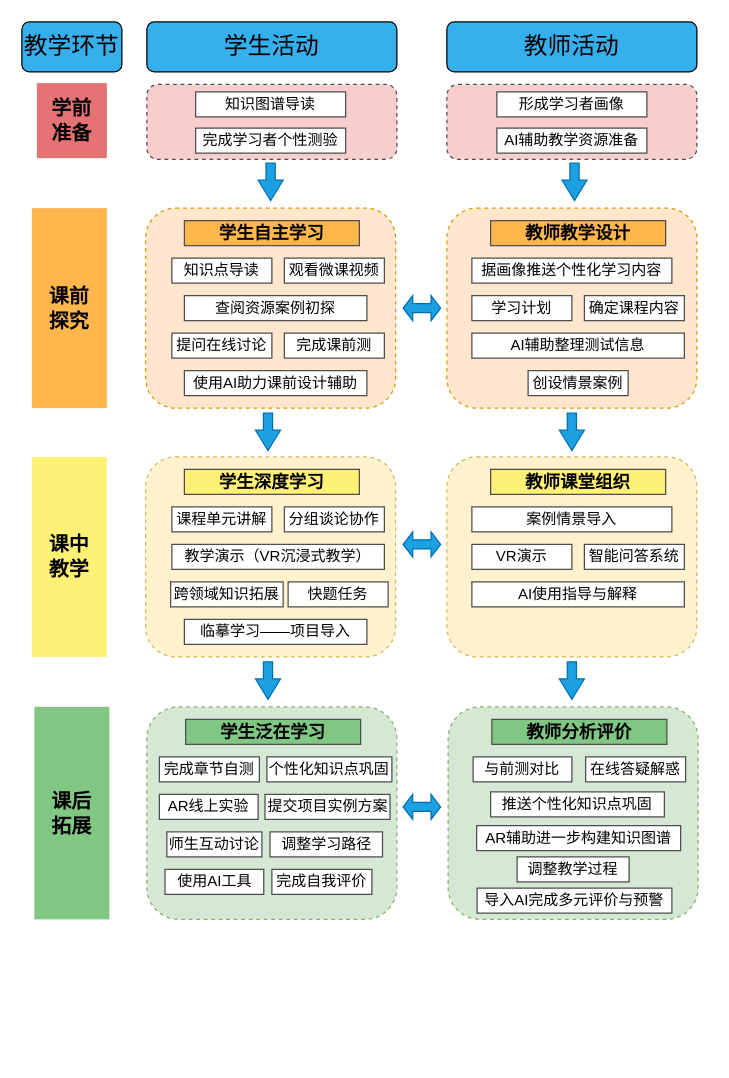
Above: 设计素描框架图.drawio in xewy/qimo2 (draw.io), before the change. Source tidied: cells renumbered, new cells numbered last; positions are measured from the earlier drawing's top-left corner, leaving out a move shared by most shapes. Both pictures are drawn from the tidied source at 125%, with x=0, y=0 at pixel (21, 21).
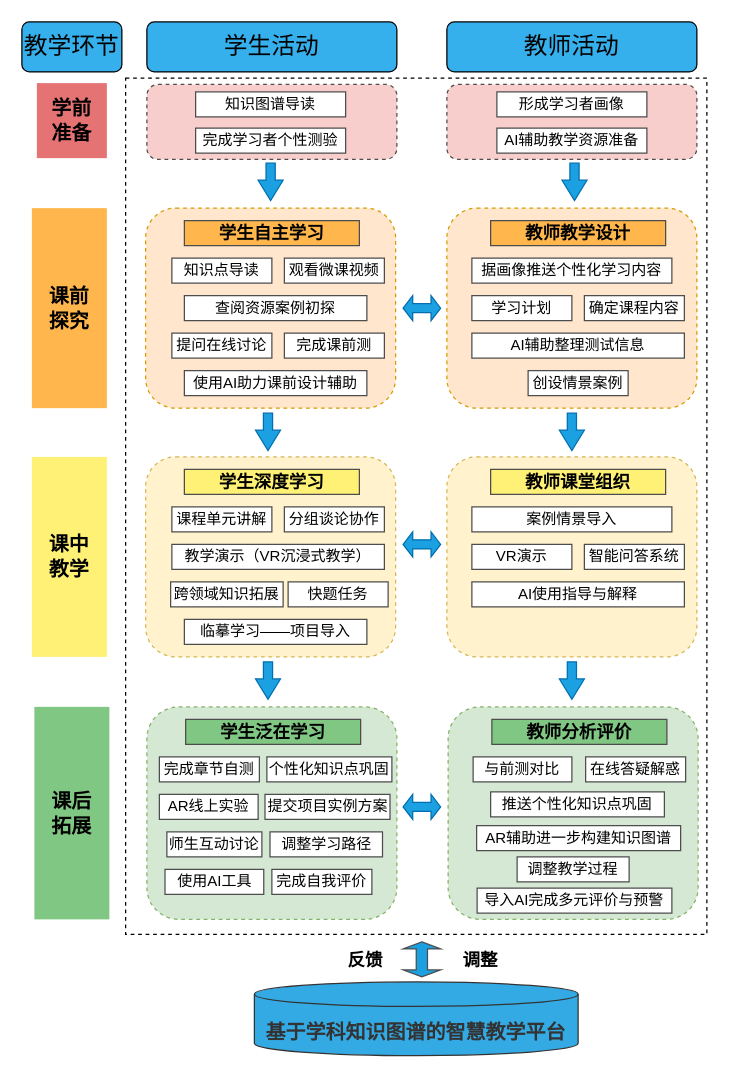
After the change.

Commit message:
更新设计素描框架图.drawio

Change to the diagram source:
```diff
@@
+    <mxCell id="71" style="rounded=0;whiteSpace=wrap;html=1;dashed=1;" parent="1" vertex="1">
+      <mxGeometry x="83" y="45" width="465" height="685" as="geometry" />
+    </mxCell>
@@
+    <mxCell id="72" value="&lt;div style=&quot;font-size: 16px;&quot;&gt;&lt;font style=&quot;font-size: 16px;&quot; color=&quot;#333333&quot;&gt;&lt;br&gt;&lt;/font&gt;&lt;/div&gt;&lt;font style=&quot;font-size: 16px;&quot; color=&quot;#333333&quot;&gt;&lt;b style=&quot;&quot;&gt;基于学科知识图谱的智慧教学平台&lt;/b&gt;&lt;/font&gt;" style="strokeWidth=1;html=1;shape=mxgraph.flowchart.database;whiteSpace=wrap;fillColor=#34aae5;fontColor=#ffffff;strokeColor=#333333;" parent="1" vertex="1">
+      <mxGeometry x="186" y="768" width="259" height="59" as="geometry" />
+    </mxCell>
+    <mxCell id="73" style="shape=doubleArrow;direction=south;whiteSpace=wrap;html=1;fillColor=#1BA1E2;strokeWidth=1;strokeColor=#4D4D4D;" parent="1" vertex="1">
+      <mxGeometry x="305" y="736" width="30" height="28" as="geometry" />
+    </mxCell>
+    <mxCell id="74" value="反馈" style="text;html=1;align=center;verticalAlign=middle;whiteSpace=wrap;rounded=0;fontStyle=1;fontSize=14;" parent="1" vertex="1">
+      <mxGeometry x="245" y="736" width="60" height="30" as="geometry" />
+    </mxCell>
+    <mxCell id="75" value="调整" style="text;html=1;align=center;verticalAlign=middle;whiteSpace=wrap;rounded=0;fontStyle=1;fontSize=14;" parent="1" vertex="1">
+      <mxGeometry x="337" y="736" width="60" height="30" as="geometry" />
+    </mxCell>
```
